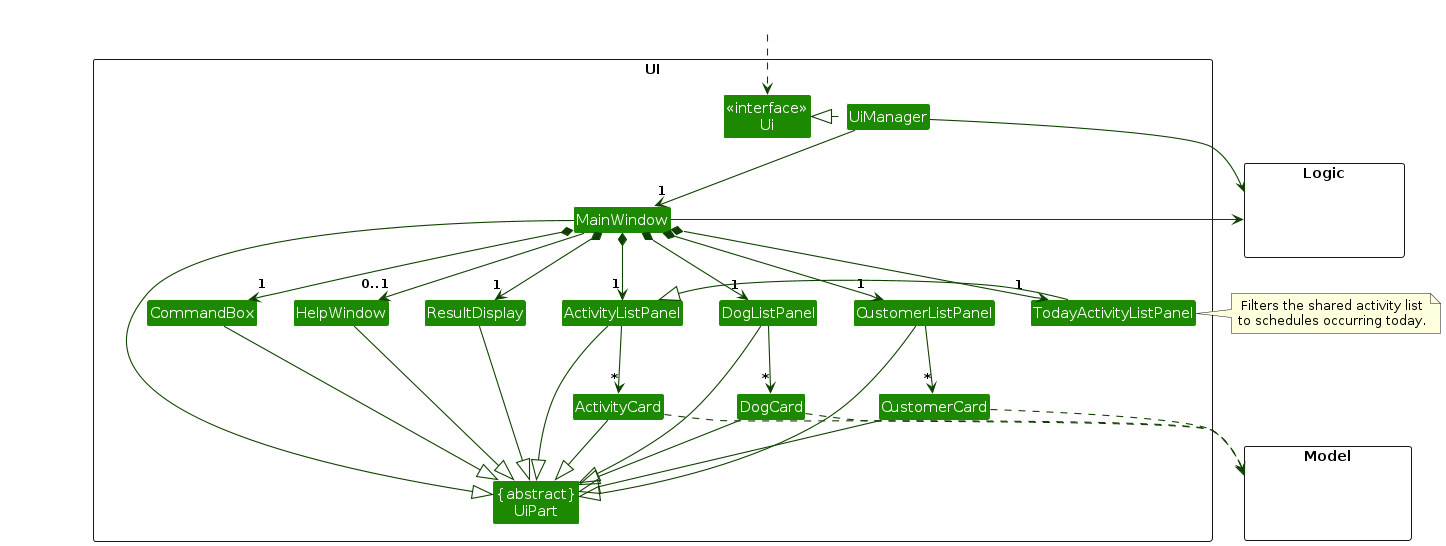
Earlier version of the PlantUML export diagrams/UiClassDiagram.png (AY2627S1-CS2103T-T15-4/tp). Its source is kept beside it as diagrams/UiClassDiagram.puml.
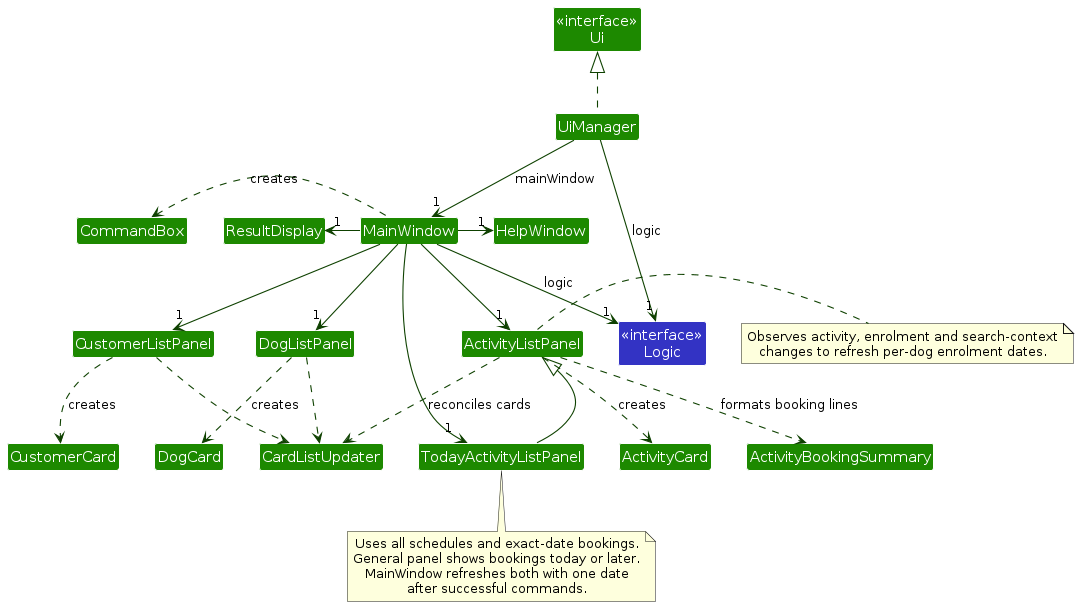
After the change.

What changed in the source:
```diff
@@ -4,77 +4,52 @@
 skinparam arrowColor UI_COLOR_T4
 skinparam classBackgroundColor UI_COLOR
 
-package UI <<Rectangle>>{
-Class "<<interface>>\nUi" as Ui
-Class "{abstract}\nUiPart" as UiPart
-Class UiManager
-Class MainWindow
-Class HelpWindow
-Class ResultDisplay
-Class CustomerListPanel
-Class DogListPanel
-Class ActivityListPanel
-Class TodayActivityListPanel
-Class CustomerCard
-Class DogCard
-Class ActivityCard
-Class CommandBox
-}
+class "<<interface>>\nUi" as Ui
+class UiManager
+class MainWindow
+class CommandBox
+class ResultDisplay
+class HelpWindow
+class CustomerListPanel
+class DogListPanel
+class ActivityBookingSummary
+class CardListUpdater
+class ActivityListPanel
+class TodayActivityListPanel
+class CustomerCard
+class DogCard
+class ActivityCard
+class "<<interface>>\nLogic" as Logic LOGIC_COLOR
 
-package Model <<Rectangle>> {
-Class HiddenModel #FFFFFF
-}
+UiManager .up.|> Ui
+UiManager --> "1" MainWindow : mainWindow
+UiManager --> "1" Logic : logic
+MainWindow --> "1" Logic : logic
+MainWindow -left-> "1" ResultDisplay
+MainWindow -right-> "1" HelpWindow
+MainWindow --> "1" CustomerListPanel
+MainWindow --> "1" DogListPanel
+MainWindow --> "1" ActivityListPanel
+MainWindow --> "1" TodayActivityListPanel
+MainWindow .left.> CommandBox : creates
+TodayActivityListPanel -up-|> ActivityListPanel
+CustomerListPanel ..> CustomerCard : creates
+DogListPanel ..> DogCard : creates
+ActivityListPanel ..> ActivityCard : creates
+ActivityListPanel ..> ActivityBookingSummary : formats booking lines
+ActivityListPanel ..> CardListUpdater : reconciles cards
+CustomerListPanel ..> CardListUpdater
+DogListPanel ..> CardListUpdater
 
-package Logic <<Rectangle>> {
-Class HiddenLogic #FFFFFF
-}
+note right of ActivityListPanel
+  Observes activity, enrolment and search-context
+  changes to refresh per-dog enrolment dates.
+end note
 
-Class HiddenOutside #FFFFFF
-HiddenOutside ..> Ui
-
-UiManager .left.|> Ui
-UiManager -down-> "1" MainWindow
-MainWindow *-down->  "1" CommandBox
-MainWindow *-down-> "1" ResultDisplay
-MainWindow *-down-> "1" CustomerListPanel
-MainWindow *-down-> "1" DogListPanel
-MainWindow *-down-> "1" ActivityListPanel
-MainWindow *-down-> "1" TodayActivityListPanel
-MainWindow --> "0..1" HelpWindow
-
-CustomerListPanel -down-> "*" CustomerCard
-DogListPanel -down-> "*" DogCard
-ActivityListPanel --> "*" ActivityCard
-TodayActivityListPanel --|> ActivityListPanel
-
-MainWindow -left-|> UiPart
-
-ResultDisplay --|> UiPart
-CommandBox --|> UiPart
-CustomerListPanel --|> UiPart
-DogListPanel --|> UiPart
-ActivityListPanel --|> UiPart
-CustomerCard --|> UiPart
-DogCard --|> UiPart
-ActivityCard --|> UiPart
-HelpWindow --|> UiPart
-
-CustomerCard ..> Model
-DogCard ..> Model
-ActivityCard ..> Model
-UiManager -right-> Logic
-MainWindow -left-> Logic
-
-CustomerListPanel -[hidden]left- HelpWindow
-TodayActivityListPanel -[hidden]right- ActivityListPanel
-HelpWindow -[hidden]left- CommandBox
-CommandBox -[hidden]left- ResultDisplay
-CustomerListPanel -[hidden]left- DogListPanel
-
-MainWindow -[hidden]-|> UiPart
-
-note right of TodayActivityListPanel
-  Filters the shared activity list
-  to schedules occurring today.
+note bottom of TodayActivityListPanel
+  Uses all schedules and exact-date bookings.
+  General panel shows bookings today or later.
+  MainWindow refreshes both with one date
+  after successful commands.
 end note
 @enduml
```
